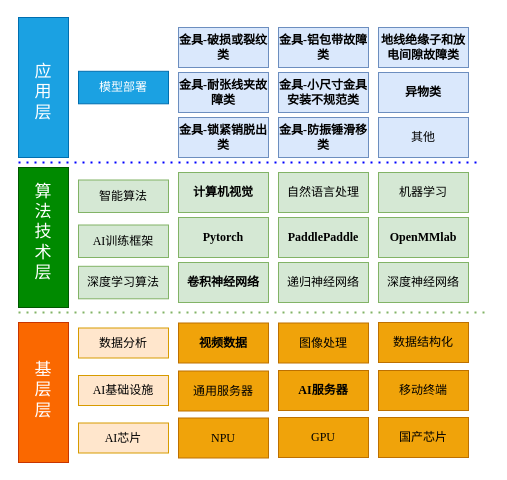
The draw.io diagram AI_architecture.drawio in paleblackless/diagrams, before the edit. Source tidied: cells renumbered, new cells numbered last; positions are measured from the earlier drawing's top-left corner, leaving out a move shared by most shapes. Both pictures are drawn from the tidied source at 100%, with x=0, y=0 at pixel (-27, 27).
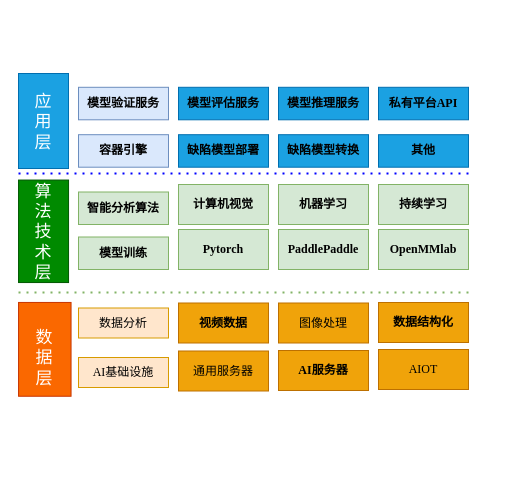
The same diagram, later.

Change to the diagram source:
```diff
@@
-    <mxCell id="2" value="&lt;p class=&quot;MsoNormal&quot;&gt;&lt;span&gt;&lt;b&gt;&lt;font&gt;金具&lt;/font&gt;&lt;font&gt;-耐张线夹故障类&lt;/font&gt;&lt;/b&gt;&lt;/span&gt;&lt;/p&gt;" style="rounded=0;whiteSpace=wrap;html=1;fillColor=#dae8fc;strokeColor=#6c8ebf;fontFamily=Times New Roman;" parent="1" vertex="1">
-      <mxGeometry x="205" y="45" width="90" height="40" as="geometry" />
-    </mxCell>
-    <mxCell id="3" value="深度学习算法" style="rounded=0;whiteSpace=wrap;html=1;fillColor=#d5e8d4;strokeColor=#82b366;fontFamily=Times New Roman;" parent="1" vertex="1">
-      <mxGeometry x="105" y="238.8" width="90" height="32.5" as="geometry" />
-    </mxCell>
     <mxCell id="4" value="数据分析" style="rounded=0;whiteSpace=wrap;html=1;fillColor=#ffe6cc;strokeColor=#d79b00;fontFamily=Times New Roman;" parent="1" vertex="1">
-      <mxGeometry x="105" y="300.5" width="90" height="30" as="geometry" />
+      <mxGeometry x="105" y="280.5" width="90" height="30" as="geometry" />
     </mxCell>
     <mxCell id="5" style="rounded=0;whiteSpace=wrap;html=1;rotation=-90;fillColor=#fa6800;fontColor=#000000;strokeColor=#C73500;fontFamily=Times New Roman;" parent="1" vertex="1">
-      <mxGeometry y="340" width="140" height="50" as="geometry" />
+      <mxGeometry x="24.4" y="295.6" width="93.8" height="52.5" as="geometry" />
     </mxCell>
-    <mxCell id="6" value="AI芯片" style="rounded=0;whiteSpace=wrap;html=1;fillColor=#ffe6cc;strokeColor=#d79b00;fontFamily=Times New Roman;" parent="1" vertex="1">
-      <mxGeometry x="105" y="395.5" width="90" height="30" as="geometry" />
-    </mxCell>
     <mxCell id="7" style="rounded=0;whiteSpace=wrap;html=1;rotation=90;fillColor=#1ba1e2;fontColor=#ffffff;strokeColor=#006EAF;fontFamily=Times New Roman;" parent="1" vertex="1">
-      <mxGeometry y="35" width="140" height="50" as="geometry" />
+      <mxGeometry x="22.5" y="68.5" width="95" height="50" as="geometry" />
     </mxCell>
     <mxCell id="8" value="&lt;font color=&quot;#ffffff&quot;&gt;应用层&lt;/font&gt;" style="text;html=1;strokeColor=none;fillColor=none;align=center;verticalAlign=middle;whiteSpace=wrap;rounded=0;fontSize=17;fontColor=#3333FF;fontFamily=Times New Roman;" parent="1" vertex="1">
-      <mxGeometry x="60" y="25" width="20" height="80" as="geometry" />
+      <mxGeometry x="60" y="59.8" width="20" height="70" as="geometry" />
     </mxCell>
     <mxCell id="9" style="rounded=0;whiteSpace=wrap;html=1;rotation=90;fillColor=#008a00;fontColor=#ffffff;strokeColor=#005700;fontFamily=Times New Roman;" parent="1" vertex="1">
-      <mxGeometry y="185" width="140" height="50" as="geometry" />
+      <mxGeometry x="18.8" y="178.8" width="102.5" height="50" as="geometry" />
     </mxCell>
@@
-    <mxCell id="11" value="&lt;font color=&quot;#ffffff&quot;&gt;基层层&lt;/font&gt;" style="text;html=1;strokeColor=none;fillColor=none;align=center;verticalAlign=middle;whiteSpace=wrap;rounded=0;fontSize=17;fontColor=#3333FF;fontFamily=Times New Roman;" parent="1" vertex="1">
-      <mxGeometry x="60" y="323" width="20" height="80" as="geometry" />
+    <mxCell id="11" value="&lt;font color=&quot;#ffffff&quot;&gt;数据层&lt;/font&gt;" style="text;html=1;strokeColor=none;fillColor=none;align=center;verticalAlign=middle;whiteSpace=wrap;rounded=0;fontSize=17;fontColor=#3333FF;fontFamily=Times New Roman;" parent="1" vertex="1">
+      <mxGeometry x="61.2" y="297.5" width="20" height="67.5" as="geometry" />
     </mxCell>
     <mxCell id="12" style="endArrow=none;dashed=1;html=1;dashPattern=1 3;strokeWidth=2;rounded=0;fontSize=17;fontColor=#FFFFFF;fillColor=#d5e8d4;strokeColor=#82b366;fontFamily=Times New Roman;" parent="1" edge="1">
       <mxGeometry relative="1" as="geometry">
-        <mxPoint x="45" y="285" as="sourcePoint" />
-        <mxPoint x="515" y="285" as="targetPoint" />
+        <mxPoint x="45" y="265" as="sourcePoint" />
+        <mxPoint x="495" y="265" as="targetPoint" />
+        <Array as="points">
+          <mxPoint x="265" y="265" />
+        </Array>
       </mxGeometry>
     </mxCell>
     <mxCell id="13" style="endArrow=none;dashed=1;html=1;dashPattern=1 3;strokeWidth=2;rounded=0;fontSize=17;fontColor=#FFFFFF;fillColor=#d5e8d4;strokeColor=#0000FF;fontFamily=Times New Roman;" parent="1" edge="1">
       <mxGeometry relative="1" as="geometry">
-        <mxPoint x="45" y="135" as="sourcePoint" />
-        <mxPoint x="505" y="135" as="targetPoint" />
+        <mxPoint x="45" y="146" as="sourcePoint" />
+        <mxPoint x="495" y="146" as="targetPoint" />
       </mxGeometry>
     </mxCell>
-    <mxCell id="14" value="&lt;p class=&quot;MsoNormal&quot;&gt;&lt;span&gt;&lt;b&gt;&lt;font&gt;金具&lt;/font&gt;&lt;font&gt;-锁紧销脱出类&lt;/font&gt;&lt;/b&gt;&lt;/span&gt;&lt;/p&gt;" style="rounded=0;whiteSpace=wrap;html=1;fillColor=#dae8fc;strokeColor=#6c8ebf;fontFamily=Times New Roman;" parent="1" vertex="1">
-      <mxGeometry x="205" y="90" width="90" height="40" as="geometry" />
-    </mxCell>
-    <mxCell id="15" value="&lt;p class=&quot;MsoNormal&quot;&gt;&lt;span&gt;&lt;b&gt;&lt;font&gt;金具&lt;/font&gt;&lt;font&gt;-破损或裂纹类&lt;/font&gt;&lt;/b&gt;&lt;/span&gt;&lt;/p&gt;" style="rounded=0;whiteSpace=wrap;html=1;fillColor=#dae8fc;strokeColor=#6c8ebf;fontFamily=Times New Roman;" parent="1" vertex="1">
-      <mxGeometry x="205" width="90" height="40" as="geometry" />
-    </mxCell>
-    <mxCell id="16" value="&lt;p class=&quot;MsoNormal&quot;&gt;&lt;span&gt;&lt;b&gt;异物类&lt;/b&gt;&lt;/span&gt;&lt;/p&gt;" style="rounded=0;whiteSpace=wrap;html=1;fillColor=#dae8fc;strokeColor=#6c8ebf;fontFamily=Times New Roman;" parent="1" vertex="1">
-      <mxGeometry x="405" y="45" width="90" height="40" as="geometry" />
-    </mxCell>
-    <mxCell id="17" value="&lt;p class=&quot;MsoNormal&quot;&gt;&lt;span&gt;&lt;b&gt;&lt;font&gt;金具&lt;/font&gt;&lt;font&gt;-小尺寸金具安装不规范类&lt;/font&gt;&lt;/b&gt;&lt;/span&gt;&lt;/p&gt;" style="rounded=0;whiteSpace=wrap;html=1;fillColor=#dae8fc;strokeColor=#6c8ebf;fontFamily=Times New Roman;" parent="1" vertex="1">
-      <mxGeometry x="305" y="45" width="90" height="40" as="geometry" />
-    </mxCell>
-    <mxCell id="18" value="&lt;p class=&quot;MsoNormal&quot;&gt;&lt;span&gt;&lt;b&gt;&lt;font&gt;金具&lt;/font&gt;&lt;font&gt;-防振锤滑移类&lt;/font&gt;&lt;/b&gt;&lt;/span&gt;&lt;/p&gt;" style="rounded=0;whiteSpace=wrap;html=1;fillColor=#dae8fc;strokeColor=#6c8ebf;fontFamily=Times New Roman;" parent="1" vertex="1">
-      <mxGeometry x="305" y="90" width="90" height="40" as="geometry" />
-    </mxCell>
-    <mxCell id="19" value="其他" style="rounded=0;whiteSpace=wrap;html=1;fillColor=#dae8fc;strokeColor=#6c8ebf;fontFamily=Times New Roman;" parent="1" vertex="1">
-      <mxGeometry x="405" y="90" width="90" height="40" as="geometry" />
-    </mxCell>
-    <mxCell id="20" value="&lt;p class=&quot;MsoNormal&quot;&gt;&lt;span&gt;&lt;b&gt;&lt;font&gt;金具&lt;/font&gt;&lt;font&gt;-铝包带故障类&lt;/font&gt;&lt;/b&gt;&lt;/span&gt;&lt;/p&gt;" style="rounded=0;whiteSpace=wrap;html=1;fillColor=#dae8fc;strokeColor=#6c8ebf;fontFamily=Times New Roman;" parent="1" vertex="1">
-      <mxGeometry x="305" width="90" height="40" as="geometry" />
-    </mxCell>
-    <mxCell id="21" value="&lt;p class=&quot;MsoNormal&quot;&gt;&lt;span&gt;&lt;font&gt;&lt;b&gt;地线绝缘子和放电间隙故障类&lt;/b&gt;&lt;/font&gt;&lt;/span&gt;&lt;/p&gt;" style="rounded=0;whiteSpace=wrap;html=1;fillColor=#dae8fc;strokeColor=#6c8ebf;fontFamily=Times New Roman;" parent="1" vertex="1">
-      <mxGeometry x="405" width="90" height="40" as="geometry" />
-    </mxCell>
     <mxCell id="22" value="计算机视觉" style="rounded=0;whiteSpace=wrap;html=1;fillColor=#d5e8d4;strokeColor=#82b366;fontStyle=1;fontFamily=Times New Roman;" parent="1" vertex="1">
-      <mxGeometry x="205" y="145" width="90" height="40" as="geometry" />
+      <mxGeometry x="205" y="157" width="90" height="40" as="geometry" />
     </mxCell>
     <mxCell id="23" value="&lt;b&gt;Pytorch&lt;/b&gt;" style="rounded=0;whiteSpace=wrap;html=1;fillColor=#d5e8d4;strokeColor=#82b366;fontFamily=Times New Roman;" parent="1" vertex="1">
-      <mxGeometry x="205" y="190" width="90" height="40" as="geometry" />
+      <mxGeometry x="205" y="202" width="90" height="40" as="geometry" />
     </mxCell>
-    <mxCell id="24" value="卷积神经网络" style="rounded=0;whiteSpace=wrap;html=1;fillColor=#d5e8d4;strokeColor=#82b366;fontStyle=1;fontFamily=Times New Roman;" parent="1" vertex="1">
-      <mxGeometry x="205" y="235" width="90" height="40" as="geometry" />
-    </mxCell>
-    <mxCell id="25" value="自然语言处理" style="rounded=0;whiteSpace=wrap;html=1;fillColor=#d5e8d4;strokeColor=#82b366;fontFamily=Times New Roman;" parent="1" vertex="1">
-      <mxGeometry x="305" y="145" width="90" height="40" as="geometry" />
-    </mxCell>
     <mxCell id="26" value="&lt;b&gt;PaddlePaddle&lt;/b&gt;" style="rounded=0;whiteSpace=wrap;html=1;fillColor=#d5e8d4;strokeColor=#82b366;fontFamily=Times New Roman;" parent="1" vertex="1">
-      <mxGeometry x="305" y="190" width="90" height="40" as="geometry" />
+      <mxGeometry x="305" y="202" width="90" height="40" as="geometry" />
     </mxCell>
-    <mxCell id="27" value="递归神经网络" style="rounded=0;whiteSpace=wrap;html=1;fillColor=#d5e8d4;strokeColor=#82b366;fontFamily=Times New Roman;" parent="1" vertex="1">
-      <mxGeometry x="305" y="235" width="90" height="40" as="geometry" />
-    </mxCell>
-    <mxCell id="28" value="机器学习" style="rounded=0;whiteSpace=wrap;html=1;fillColor=#d5e8d4;strokeColor=#82b366;fontFamily=Times New Roman;" parent="1" vertex="1">
-      <mxGeometry x="405" y="145" width="90" height="40" as="geometry" />
+    <mxCell id="28" value="&lt;b&gt;机器学习&lt;/b&gt;" style="rounded=0;whiteSpace=wrap;html=1;fillColor=#d5e8d4;strokeColor=#82b366;fontFamily=Times New Roman;" parent="1" vertex="1">
+      <mxGeometry x="305" y="157" width="90" height="40" as="geometry" />
     </mxCell>
     <mxCell id="29" value="&lt;b&gt;OpenMMlab&lt;/b&gt;" style="rounded=0;whiteSpace=wrap;html=1;fillColor=#d5e8d4;strokeColor=#82b366;fontFamily=Times New Roman;" parent="1" vertex="1">
-      <mxGeometry x="405" y="190" width="90" height="40" as="geometry" />
+      <mxGeometry x="405" y="202" width="90" height="40" as="geometry" />
     </mxCell>
-    <mxCell id="30" value="深度神经网络" style="rounded=0;whiteSpace=wrap;html=1;fillColor=#d5e8d4;strokeColor=#82b366;fontFamily=Times New Roman;" parent="1" vertex="1">
-      <mxGeometry x="405" y="235" width="90" height="40" as="geometry" />
-    </mxCell>
     <mxCell id="31" value="视频数据" style="rounded=0;whiteSpace=wrap;html=1;fillColor=#f0a30a;strokeColor=#BD7000;fontColor=#000000;fontStyle=1;fontFamily=Times New Roman;" parent="1" vertex="1">
-      <mxGeometry x="205" y="295.5" width="90" height="40" as="geometry" />
+      <mxGeometry x="205" y="275.5" width="90" height="40" as="geometry" />
     </mxCell>
     <mxCell id="32" value="通用服务器" style="rounded=0;whiteSpace=wrap;html=1;fillColor=#f0a30a;strokeColor=#BD7000;fontColor=#000000;fontFamily=Times New Roman;" parent="1" vertex="1">
-      <mxGeometry x="205" y="343.5" width="90" height="40" as="geometry" />
+      <mxGeometry x="205" y="323.5" width="90" height="40" as="geometry" />
     </mxCell>
-    <mxCell id="33" value="NPU" style="rounded=0;whiteSpace=wrap;html=1;fillColor=#f0a30a;strokeColor=#BD7000;fontColor=#000000;fontFamily=Times New Roman;" parent="1" vertex="1">
-      <mxGeometry x="205" y="390.5" width="90" height="40" as="geometry" />
-    </mxCell>
     <mxCell id="34" value="图像处理" style="rounded=0;whiteSpace=wrap;html=1;fillColor=#f0a30a;strokeColor=#BD7000;fontColor=#000000;fontFamily=Times New Roman;" parent="1" vertex="1">
-      <mxGeometry x="305" y="295.5" width="90" height="40" as="geometry" />
+      <mxGeometry x="305" y="275.5" width="90" height="40" as="geometry" />
     </mxCell>
     <mxCell id="35" value="&lt;b&gt;AI服务器&lt;/b&gt;" style="rounded=0;whiteSpace=wrap;html=1;fillColor=#f0a30a;strokeColor=#BD7000;fontColor=#000000;fontFamily=Times New Roman;" parent="1" vertex="1">
-      <mxGeometry x="305" y="343" width="90" height="40" as="geometry" />
+      <mxGeometry x="305" y="323" width="90" height="40" as="geometry" />
     </mxCell>
-    <mxCell id="36" value="GPU" style="rounded=0;whiteSpace=wrap;html=1;fillColor=#f0a30a;strokeColor=#BD7000;fontColor=#000000;fontFamily=Times New Roman;" parent="1" vertex="1">
-      <mxGeometry x="305" y="390" width="90" height="40" as="geometry" />
-    </mxCell>
-    <mxCell id="37" value="数据结构化" style="rounded=0;whiteSpace=wrap;html=1;fillColor=#f0a30a;strokeColor=#BD7000;fontColor=#000000;fontFamily=Times New Roman;" parent="1" vertex="1">
-      <mxGeometry x="405" y="295" width="90" height="40" as="geometry" />
+    <mxCell id="37" value="&lt;b&gt;数据结构化&lt;/b&gt;" style="rounded=0;whiteSpace=wrap;html=1;fillColor=#f0a30a;strokeColor=#BD7000;fontColor=#000000;fontFamily=Times New Roman;" parent="1" vertex="1">
+      <mxGeometry x="405" y="275" width="90" height="40" as="geometry" />
     </mxCell>
-    <mxCell id="38" value="移动终端" style="rounded=0;whiteSpace=wrap;html=1;fillColor=#f0a30a;strokeColor=#BD7000;fontColor=#000000;fontFamily=Times New Roman;" parent="1" vertex="1">
-      <mxGeometry x="405" y="343" width="90" height="40" as="geometry" />
+    <mxCell id="38" value="AIOT" style="rounded=0;whiteSpace=wrap;html=1;fillColor=#f0a30a;strokeColor=#BD7000;fontColor=#000000;fontFamily=Times New Roman;" parent="1" vertex="1">
+      <mxGeometry x="405" y="322" width="90" height="40" as="geometry" />
     </mxCell>
-    <mxCell id="39" value="国产芯片" style="rounded=0;whiteSpace=wrap;html=1;fillColor=#f0a30a;strokeColor=#BD7000;fontColor=#000000;fontFamily=Times New Roman;" parent="1" vertex="1">
-      <mxGeometry x="405" y="390" width="90" height="40" as="geometry" />
-    </mxCell>
     <mxCell id="40" value="AI基础设施" style="rounded=0;whiteSpace=wrap;html=1;fillColor=#ffe6cc;strokeColor=#d79b00;fontFamily=Times New Roman;" parent="1" vertex="1">
-      <mxGeometry x="105" y="348" width="90" height="30" as="geometry" />
+      <mxGeometry x="105" y="330" width="90" height="30" as="geometry" />
     </mxCell>
-    <mxCell id="41" value="AI训练框架" style="rounded=0;whiteSpace=wrap;html=1;fillColor=#d5e8d4;strokeColor=#82b366;fontFamily=Times New Roman;" parent="1" vertex="1">
-      <mxGeometry x="105" y="197.5" width="90" height="32.5" as="geometry" />
+    <mxCell id="41" value="&lt;b&gt;模型训练&lt;/b&gt;" style="rounded=0;whiteSpace=wrap;html=1;fillColor=#d5e8d4;strokeColor=#82b366;fontFamily=Times New Roman;" parent="1" vertex="1">
+      <mxGeometry x="105" y="209.5" width="90" height="32.5" as="geometry" />
     </mxCell>
-    <mxCell id="42" value="智能算法" style="rounded=0;whiteSpace=wrap;html=1;fillColor=#d5e8d4;strokeColor=#82b366;fontFamily=Times New Roman;" parent="1" vertex="1">
-      <mxGeometry x="105" y="152.5" width="90" height="32.5" as="geometry" />
+    <mxCell id="42" value="&lt;b&gt;智能分析算法&lt;/b&gt;" style="rounded=0;whiteSpace=wrap;html=1;fillColor=#d5e8d4;strokeColor=#82b366;fontFamily=Times New Roman;" parent="1" vertex="1">
+      <mxGeometry x="105" y="164.5" width="90" height="32.5" as="geometry" />
     </mxCell>
-    <mxCell id="43" value="模型部署" style="rounded=0;whiteSpace=wrap;html=1;fillColor=#1ba1e2;strokeColor=#006EAF;fontColor=#ffffff;fontFamily=Times New Roman;" parent="1" vertex="1">
-      <mxGeometry x="105" y="43.8" width="90" height="32.5" as="geometry" />
-    </mxCell>
+    <mxCell id="44" value="&lt;font color=&quot;#000000&quot;&gt;&lt;b&gt;模型验证服务&lt;/b&gt;&lt;/font&gt;" style="rounded=0;whiteSpace=wrap;html=1;fillColor=#dae8fc;strokeColor=#6c8ebf;fontFamily=Times New Roman;" parent="1" vertex="1">
+      <mxGeometry x="105" y="59.8" width="90" height="32.5" as="geometry" />
+    </mxCell>
+    <mxCell id="45" value="&lt;b style=&quot;color: rgb(0, 0, 0);&quot;&gt;缺陷模型部署&lt;/b&gt;" style="rounded=0;whiteSpace=wrap;html=1;fillColor=#1ba1e2;strokeColor=#006EAF;fontColor=#ffffff;fontFamily=Times New Roman;" parent="1" vertex="1">
+      <mxGeometry x="205" y="107.2" width="90" height="32.5" as="geometry" />
+    </mxCell>
+    <mxCell id="46" style="edgeStyle=orthogonalEdgeStyle;rounded=0;orthogonalLoop=1;jettySize=auto;html=1;exitX=0.5;exitY=1;exitDx=0;exitDy=0;" parent="1" edge="1" source="44" target="44">
+      <mxGeometry relative="1" as="geometry" />
+    </mxCell>
+    <mxCell id="47" value="&lt;b&gt;持续学习&lt;/b&gt;" style="rounded=0;whiteSpace=wrap;html=1;fillColor=#d5e8d4;strokeColor=#82b366;fontFamily=Times New Roman;" parent="1" vertex="1">
+      <mxGeometry x="405" y="157" width="90" height="40" as="geometry" />
+    </mxCell>
+    <mxCell id="48" value="&lt;font color=&quot;#000000&quot;&gt;&lt;b&gt;容器引擎&lt;/b&gt;&lt;/font&gt;" style="rounded=0;whiteSpace=wrap;html=1;fillColor=#dae8fc;strokeColor=#6c8ebf;fontFamily=Times New Roman;" parent="1" vertex="1">
+      <mxGeometry x="105" y="107.2" width="90" height="32.5" as="geometry" />
+    </mxCell>
+    <mxCell id="49" value="&lt;b style=&quot;color: rgb(0, 0, 0);&quot;&gt;缺陷模型转换&lt;/b&gt;" style="rounded=0;whiteSpace=wrap;html=1;fillColor=#1ba1e2;strokeColor=#006EAF;fontColor=#ffffff;fontFamily=Times New Roman;" parent="1" vertex="1">
+      <mxGeometry x="305" y="107.2" width="90" height="32.5" as="geometry" />
+    </mxCell>
+    <mxCell id="50" value="&lt;font color=&quot;#000000&quot;&gt;&lt;b&gt;模型评估服务&lt;/b&gt;&lt;/font&gt;" style="rounded=0;whiteSpace=wrap;html=1;fillColor=#1ba1e2;strokeColor=#006EAF;fontColor=#ffffff;fontFamily=Times New Roman;" parent="1" vertex="1">
+      <mxGeometry x="205" y="59.8" width="90" height="32.5" as="geometry" />
+    </mxCell>
+    <mxCell id="51" value="&lt;font color=&quot;#000000&quot;&gt;&lt;b&gt;模型推理服务&lt;/b&gt;&lt;/font&gt;" style="rounded=0;whiteSpace=wrap;html=1;fillColor=#1ba1e2;strokeColor=#006EAF;fontColor=#ffffff;fontFamily=Times New Roman;" parent="1" vertex="1">
+      <mxGeometry x="305" y="59.8" width="90" height="32.5" as="geometry" />
+    </mxCell>
+    <mxCell id="52" value="&lt;font color=&quot;#000000&quot;&gt;&lt;b&gt;私有平台API&lt;/b&gt;&lt;/font&gt;" style="rounded=0;whiteSpace=wrap;html=1;fillColor=#1ba1e2;strokeColor=#006EAF;fontColor=#ffffff;fontFamily=Times New Roman;" parent="1" vertex="1">
+      <mxGeometry x="405" y="59.8" width="90" height="32.5" as="geometry" />
+    </mxCell>
+    <mxCell id="19" value="&lt;font color=&quot;#000000&quot;&gt;&lt;b&gt;其他&lt;/b&gt;&lt;/font&gt;" style="rounded=0;whiteSpace=wrap;html=1;fillColor=#1ba1e2;strokeColor=#006EAF;fontColor=#ffffff;fontFamily=Times New Roman;" parent="1" vertex="1">
+      <mxGeometry x="405" y="107.2" width="90" height="32.5" as="geometry" />
+    </mxCell>
```
